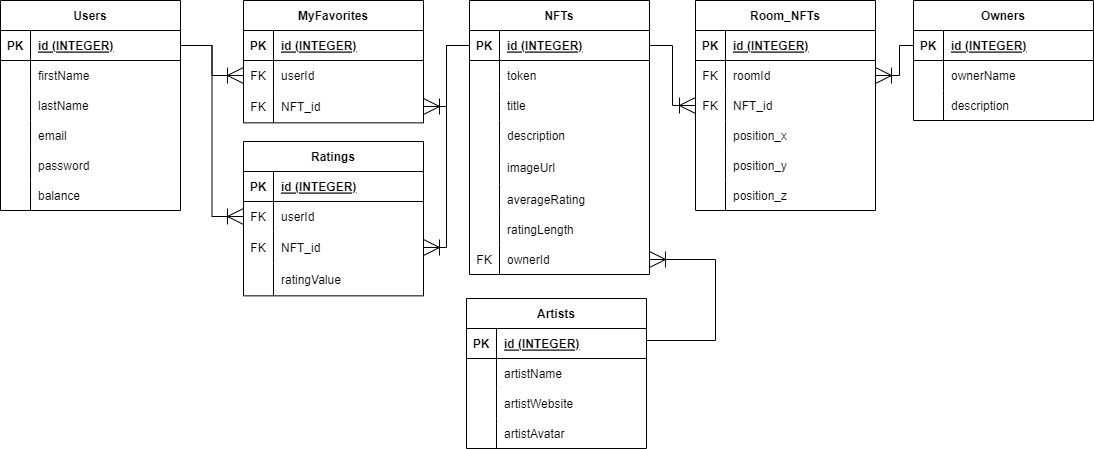
Above: schema.drawio.png in foxy008/CyberScape-client (draw.io), before the change. Source tidied: cells renumbered, new cells last; positions are measured from the earlier drawing's top-left corner, leaving out a move shared by most shapes.
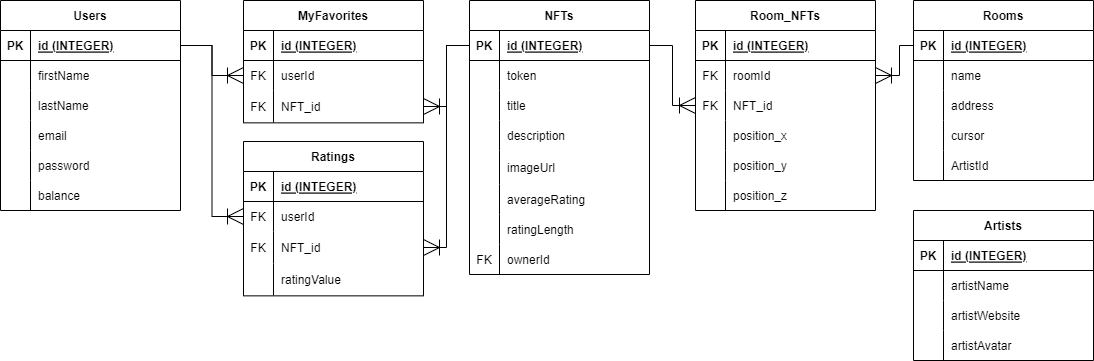
The same diagram one commit later.

Commit message:
chore: edit room position

What changed in the source:
```diff
@@ -165,7 +165,7 @@
       <mxGeometry x="30" width="150" height="32" as="geometry" />
     </mxCell>
     <mxCell id="56" value="Artists" style="shape=table;startSize=30;rowLines=0;fontStyle=1;align=center;" parent="1" vertex="1">
-      <mxGeometry x="466" y="298" width="180" height="150" as="geometry" />
+      <mxGeometry x="913" y="210" width="180" height="150" as="geometry" />
     </mxCell>
     <mxCell id="57" style="shape=tableRow;horizontal=0;startSize=0;swimlaneHead=0;swimlaneBody=0;fillColor=none;points=[[0,0.5],[1,0.5]];portConstraint=eastwest;top=0;left=0;right=0;bottom=1;" parent="56" vertex="1">
       <mxGeometry y="30" width="180" height="30" as="geometry" />
@@ -209,15 +209,6 @@
     <mxCell id="70" style="edgeStyle=orthogonalEdgeStyle;fontSize=12;html=1;endArrow=ERoneToMany;rounded=0;startSize=14;endSize=14;sourcePerimeterSpacing=8;targetPerimeterSpacing=8;exitX=0;exitY=0.5;exitDx=0;exitDy=0;entryX=1;entryY=0.5;entryDx=0;entryDy=0;" parent="1" edge="1" source="22" target="53">
       <mxGeometry relative="1" as="geometry" />
     </mxCell>
-    <mxCell id="71" style="edgeStyle=orthogonalEdgeStyle;fontSize=12;html=1;endArrow=ERoneToMany;rounded=0;startSize=14;endSize=14;sourcePerimeterSpacing=8;targetPerimeterSpacing=8;exitX=1;exitY=0.5;exitDx=0;exitDy=0;entryX=1;entryY=0.5;entryDx=0;entryDy=0;" parent="1" edge="1" source="57" target="43">
-      <mxGeometry relative="1" as="geometry">
-        <Array as="points">
-          <mxPoint x="646" y="340" />
-          <mxPoint x="715" y="340" />
-          <mxPoint x="715" y="259" />
-        </Array>
-      </mxGeometry>
-    </mxCell>
     <mxCell id="72" value="Room_NFTs" style="shape=table;startSize=30;rowLines=0;fontStyle=1;align=center;" parent="1" vertex="1">
       <mxGeometry x="695" width="180" height="210" as="geometry" />
     </mxCell>
@@ -275,8 +266,8 @@
     <mxCell id="90" value="position_z" style="shape=partialRectangle;fillColor=none;top=0;left=0;bottom=0;right=0;align=left;spacingLeft=6;overflow=hidden;" parent="88" vertex="1">
       <mxGeometry x="30" width="150" height="30" as="geometry" />
     </mxCell>
-    <mxCell id="91" value="Owners" style="shape=table;startSize=30;rowLines=0;fontStyle=1;align=center;" parent="1" vertex="1">
-      <mxGeometry x="913" width="180" height="120" as="geometry" />
+    <mxCell id="91" value="Rooms" style="shape=table;startSize=30;rowLines=0;fontStyle=1;align=center;" parent="1" vertex="1">
+      <mxGeometry x="913" width="180" height="180" as="geometry" />
     </mxCell>
     <mxCell id="92" style="shape=tableRow;horizontal=0;startSize=0;swimlaneHead=0;swimlaneBody=0;fillColor=none;points=[[0,0.5],[1,0.5]];portConstraint=eastwest;top=0;left=0;right=0;bottom=1;" parent="91" vertex="1">
       <mxGeometry y="30" width="180" height="30" as="geometry" />
@@ -293,7 +284,7 @@
     <mxCell id="96" style="shape=partialRectangle;fillColor=none;top=0;left=0;bottom=0;right=0;overflow=hidden;" parent="95" vertex="1">
       <mxGeometry width="30" height="30" as="geometry" />
     </mxCell>
-    <mxCell id="97" value="ownerName" style="shape=partialRectangle;fillColor=none;top=0;left=0;bottom=0;right=0;align=left;spacingLeft=6;overflow=hidden;" parent="95" vertex="1">
+    <mxCell id="97" value="name" style="shape=partialRectangle;fillColor=none;top=0;left=0;bottom=0;right=0;align=left;spacingLeft=6;overflow=hidden;" parent="95" vertex="1">
       <mxGeometry x="30" width="150" height="30" as="geometry" />
     </mxCell>
     <mxCell id="98" style="shape=tableRow;horizontal=0;startSize=0;swimlaneHead=0;swimlaneBody=0;fillColor=none;top=0;left=0;right=0;bottom=0;" parent="91" vertex="1">
@@ -302,9 +293,27 @@
     <mxCell id="99" style="shape=partialRectangle;fillColor=none;top=0;left=0;bottom=0;right=0;overflow=hidden;" parent="98" vertex="1">
       <mxGeometry width="30" height="30" as="geometry" />
     </mxCell>
-    <mxCell id="100" value="description" style="shape=partialRectangle;fillColor=none;top=0;left=0;bottom=0;right=0;align=left;spacingLeft=6;overflow=hidden;" parent="98" vertex="1">
+    <mxCell id="100" value="address" style="shape=partialRectangle;fillColor=none;top=0;left=0;bottom=0;right=0;align=left;spacingLeft=6;overflow=hidden;" parent="98" vertex="1">
       <mxGeometry x="30" width="150" height="30" as="geometry" />
     </mxCell>
+    <mxCell id="118" style="shape=tableRow;horizontal=0;startSize=0;swimlaneHead=0;swimlaneBody=0;fillColor=none;top=0;left=0;right=0;bottom=0;" parent="91" vertex="1">
+      <mxGeometry y="120" width="180" height="30" as="geometry" />
+    </mxCell>
+    <mxCell id="119" style="shape=partialRectangle;fillColor=none;top=0;left=0;bottom=0;right=0;overflow=hidden;" parent="118" vertex="1">
+      <mxGeometry width="30" height="30" as="geometry" />
+    </mxCell>
+    <mxCell id="120" value="cursor" style="shape=partialRectangle;fillColor=none;top=0;left=0;bottom=0;right=0;align=left;spacingLeft=6;overflow=hidden;" parent="118" vertex="1">
+      <mxGeometry x="30" width="150" height="30" as="geometry" />
+    </mxCell>
+    <mxCell id="121" style="shape=tableRow;horizontal=0;startSize=0;swimlaneHead=0;swimlaneBody=0;fillColor=none;top=0;left=0;right=0;bottom=0;" parent="91" vertex="1">
+      <mxGeometry y="150" width="180" height="30" as="geometry" />
+    </mxCell>
+    <mxCell id="122" style="shape=partialRectangle;fillColor=none;top=0;left=0;bottom=0;right=0;overflow=hidden;" parent="121" vertex="1">
+      <mxGeometry width="30" height="30" as="geometry" />
+    </mxCell>
+    <mxCell id="123" value="ArtistId" style="shape=partialRectangle;fillColor=none;top=0;left=0;bottom=0;right=0;align=left;spacingLeft=6;overflow=hidden;" parent="121" vertex="1">
+      <mxGeometry x="30" width="150" height="30" as="geometry" />
+    </mxCell>
     <mxCell id="101" style="edgeStyle=orthogonalEdgeStyle;fontSize=12;html=1;endArrow=ERoneToMany;rounded=0;startSize=14;endSize=14;sourcePerimeterSpacing=8;targetPerimeterSpacing=8;exitX=1;exitY=0.5;exitDx=0;exitDy=0;entryX=0;entryY=0.5;entryDx=0;entryDy=0;" parent="1" edge="1" source="22" target="79">
       <mxGeometry relative="1" as="geometry" />
     </mxCell>
```
